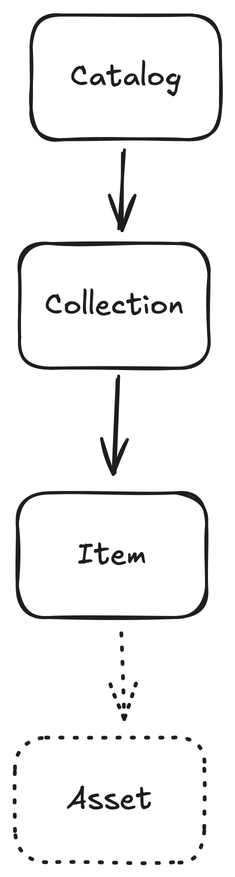
This is img/stac-entities.excalidraw.png from gadomski/presentations, a Excalidraw export, as it was before one commit. Source tidied: one line per element, renumbered; positions are measured from the earlier drawing's top-left corner, leaving out a move shared by most shapes. The source it was exported from:
```json
{"id": 0, "type": "rectangle", "strokeColor": "#1e1e1e", "strokeWidth": 2, "roughness": 1, "round": true, "x": 11, "y": 0, "width": 126, "height": 83}
{"id": 1, "type": "text", "text": "Catalog", "strokeColor": "#1e1e1e", "strokeWidth": 2, "roughness": 1, "fontSize": 20, "fontFamily": 5, "textAlign": "center", "verticalAlign": "middle", "inside": 0, "x": 36, "y": 29, "width": 75, "height": 25}
{"id": 2, "type": "rectangle", "strokeColor": "#1e1e1e", "strokeWidth": 2, "roughness": 1, "round": true, "x": 3, "y": 152, "width": 126, "height": 83}
{"id": 3, "type": "text", "text": "Collection", "strokeColor": "#1e1e1e", "strokeWidth": 2, "roughness": 1, "fontSize": 20, "fontFamily": 5, "textAlign": "center", "verticalAlign": "middle", "inside": 2, "x": 19, "y": 181, "width": 93, "height": 25}
{"id": 4, "type": "rectangle", "strokeColor": "#1e1e1e", "strokeWidth": 2, "roughness": 1, "round": true, "x": 2, "y": 319, "width": 126, "height": 83}
{"id": 5, "type": "text", "text": "Item", "strokeColor": "#1e1e1e", "strokeWidth": 2, "roughness": 1, "fontSize": 20, "fontFamily": 5, "textAlign": "center", "verticalAlign": "middle", "inside": 4, "x": 41, "y": 348, "width": 46, "height": 25}
{"id": 6, "type": "rectangle", "strokeColor": "#1e1e1e", "strokeWidth": 2, "strokeStyle": "dotted", "roughness": 1, "round": true, "x": 0, "y": 482, "width": 126, "height": 83}
{"id": 7, "type": "text", "text": "Asset", "strokeColor": "#1e1e1e", "strokeWidth": 2, "roughness": 1, "fontSize": 20, "fontFamily": 5, "textAlign": "center", "verticalAlign": "middle", "inside": 6, "x": 34, "y": 511, "width": 58, "height": 25}
{"id": 8, "type": "arrow", "strokeColor": "#1e1e1e", "strokeWidth": 2, "roughness": 1, "endArrowhead": "arrow", "round": true, "from": 0, "to": 2, "x": 73, "y": 91, "width": 3, "height": 52, "points": [[0, 0], [-3, 52]]}
{"id": 9, "type": "arrow", "strokeColor": "#1e1e1e", "strokeWidth": 2, "roughness": 1, "endArrowhead": "arrow", "round": true, "from": 2, "to": 4, "x": 68, "y": 242, "width": 1, "height": 65, "points": [[0, 0], [-1, 65]]}
{"id": 10, "type": "arrow", "strokeColor": "#1e1e1e", "strokeWidth": 2, "strokeStyle": "dotted", "roughness": 1, "endArrowhead": "arrow", "round": true, "from": 4, "to": 6, "x": 70, "y": 412, "width": 2, "height": 57, "points": [[0, 0], [2, 57]]}
```
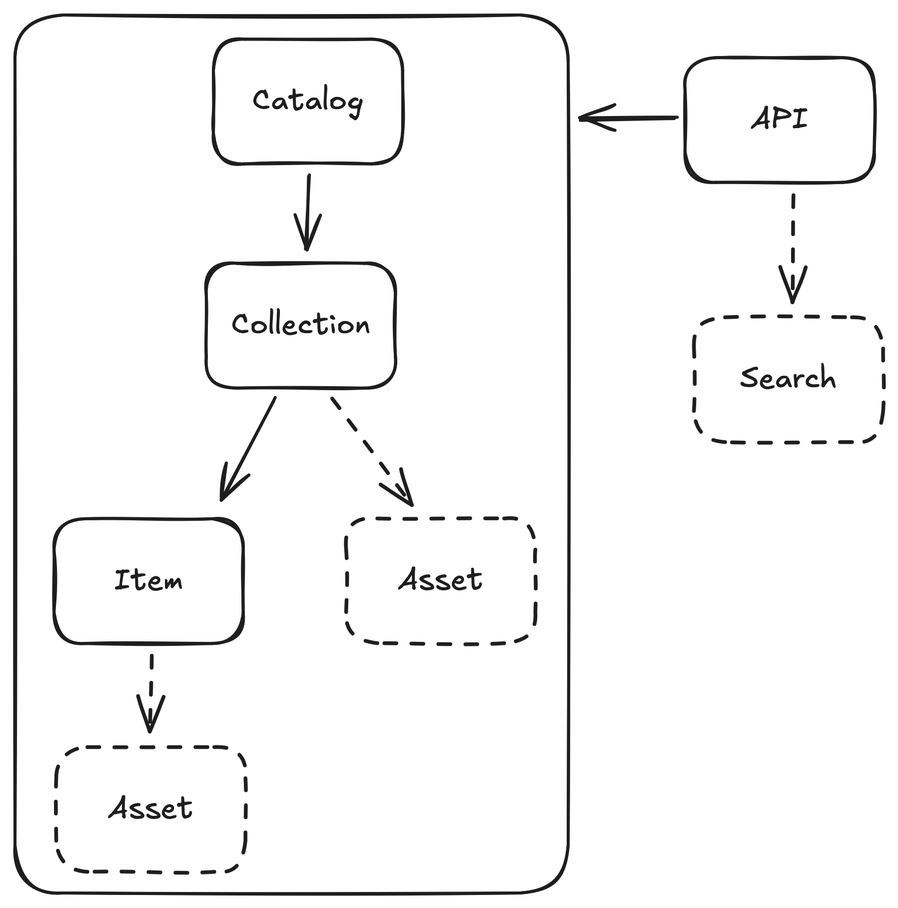
After the change.

Diff of the diagram source:
```diff
@@ -1,11 +1,21 @@
-{"id": 0, "type": "rectangle", "strokeColor": "#1e1e1e", "strokeWidth": 2, "roughness": 1, "round": true, "x": 11, "y": 0, "width": 126, "height": 83}
+{"id": 0, "type": "rectangle", "strokeColor": "#1e1e1e", "strokeWidth": 2, "roughness": 1, "round": true, "x": 0, "y": 4, "width": 126, "height": 83}
-{"id": 1, "type": "text", "text": "Catalog", "strokeColor": "#1e1e1e", "strokeWidth": 2, "roughness": 1, "fontSize": 20, "fontFamily": 5, "textAlign": "center", "verticalAlign": "middle", "inside": 0, "x": 36, "y": 29, "width": 75, "height": 25}
+{"id": 1, "type": "text", "text": "Catalog", "strokeColor": "#1e1e1e", "strokeWidth": 2, "roughness": 1, "fontSize": 20, "fontFamily": 5, "textAlign": "center", "verticalAlign": "middle", "inside": 0, "x": 25, "y": 33, "width": 75, "height": 25}
-{"id": 2, "type": "rectangle", "strokeColor": "#1e1e1e", "strokeWidth": 2, "roughness": 1, "round": true, "x": 3, "y": 152, "width": 126, "height": 83}
+{"id": 2, "type": "rectangle", "strokeColor": "#1e1e1e", "strokeWidth": 2, "roughness": 1, "round": true, "x": -5, "y": 153, "width": 126, "height": 83}
-{"id": 3, "type": "text", "text": "Collection", "strokeColor": "#1e1e1e", "strokeWidth": 2, "roughness": 1, "fontSize": 20, "fontFamily": 5, "textAlign": "center", "verticalAlign": "middle", "inside": 2, "x": 19, "y": 181, "width": 93, "height": 25}
+{"id": 3, "type": "text", "text": "Collection", "strokeColor": "#1e1e1e", "strokeWidth": 2, "roughness": 1, "fontSize": 20, "fontFamily": 5, "textAlign": "center", "verticalAlign": "middle", "inside": 2, "x": 11, "y": 182, "width": 94, "height": 25}
-{"id": 4, "type": "rectangle", "strokeColor": "#1e1e1e", "strokeWidth": 2, "roughness": 1, "round": true, "x": 2, "y": 319, "width": 126, "height": 83}
+{"id": 4, "type": "rectangle", "strokeColor": "#1e1e1e", "strokeWidth": 2, "roughness": 1, "round": true, "x": -106, "y": 324, "width": 126, "height": 83}
-{"id": 5, "type": "text", "text": "Item", "strokeColor": "#1e1e1e", "strokeWidth": 2, "roughness": 1, "fontSize": 20, "fontFamily": 5, "textAlign": "center", "verticalAlign": "middle", "inside": 4, "x": 41, "y": 348, "width": 46, "height": 25}
+{"id": 5, "type": "text", "text": "Item", "strokeColor": "#1e1e1e", "strokeWidth": 2, "roughness": 1, "fontSize": 20, "fontFamily": 5, "textAlign": "center", "verticalAlign": "middle", "inside": 4, "x": -67, "y": 353, "width": 46, "height": 25}
-{"id": 6, "type": "rectangle", "strokeColor": "#1e1e1e", "strokeWidth": 2, "strokeStyle": "dotted", "roughness": 1, "round": true, "x": 0, "y": 482, "width": 126, "height": 83}
+{"id": 6, "type": "rectangle", "strokeColor": "#1e1e1e", "strokeWidth": 2, "strokeStyle": "dashed", "roughness": 1, "round": true, "x": -105, "y": 476, "width": 126, "height": 83}
-{"id": 7, "type": "text", "text": "Asset", "strokeColor": "#1e1e1e", "strokeWidth": 2, "roughness": 1, "fontSize": 20, "fontFamily": 5, "textAlign": "center", "verticalAlign": "middle", "inside": 6, "x": 34, "y": 511, "width": 58, "height": 25}
+{"id": 7, "type": "text", "text": "Asset", "strokeColor": "#1e1e1e", "strokeWidth": 2, "roughness": 1, "fontSize": 20, "fontFamily": 5, "textAlign": "center", "verticalAlign": "middle", "inside": 6, "x": -71, "y": 505, "width": 58, "height": 25}
-{"id": 8, "type": "arrow", "strokeColor": "#1e1e1e", "strokeWidth": 2, "roughness": 1, "endArrowhead": "arrow", "round": true, "from": 0, "to": 2, "x": 73, "y": 91, "width": 3, "height": 52, "points": [[0, 0], [-3, 52]]}
+{"id": 8, "type": "arrow", "strokeColor": "#1e1e1e", "strokeWidth": 2, "roughness": 1, "endArrowhead": "arrow", "round": true, "from": 0, "to": 2, "x": 64, "y": 95, "width": 2, "height": 49, "points": [[0, 0], [-2, 49]]}
-{"id": 9, "type": "arrow", "strokeColor": "#1e1e1e", "strokeWidth": 2, "roughness": 1, "endArrowhead": "arrow", "round": true, "from": 2, "to": 4, "x": 68, "y": 242, "width": 1, "height": 65, "points": [[0, 0], [-1, 65]]}
+{"id": 9, "type": "arrow", "strokeColor": "#1e1e1e", "strokeWidth": 2, "roughness": 1, "endArrowhead": "arrow", "round": true, "from": 2, "to": 4, "x": 40, "y": 244, "width": 33, "height": 68, "points": [[0, 0], [-33, 68]]}
-{"id": 10, "type": "arrow", "strokeColor": "#1e1e1e", "strokeWidth": 2, "strokeStyle": "dotted", "roughness": 1, "endArrowhead": "arrow", "round": true, "from": 4, "to": 6, "x": 70, "y": 412, "width": 2, "height": 57, "points": [[0, 0], [2, 57]]}
+{"id": 10, "type": "arrow", "strokeColor": "#1e1e1e", "strokeWidth": 2, "strokeStyle": "dashed", "roughness": 1, "endArrowhead": "arrow", "round": true, "from": 4, "to": 6, "x": -42, "y": 415, "width": 1, "height": 50, "points": [[0, 0], [-1, 50]]}
+{"id": 11, "type": "rectangle", "strokeColor": "#1e1e1e", "strokeWidth": 2, "strokeStyle": "dashed", "roughness": 1, "round": true, "x": 88, "y": 323, "width": 126, "height": 83}
+{"id": 12, "type": "text", "text": "Asset", "strokeColor": "#1e1e1e", "strokeWidth": 2, "roughness": 1, "fontSize": 20, "fontFamily": 5, "textAlign": "center", "verticalAlign": "middle", "inside": 11, "x": 122, "y": 352, "width": 58, "height": 25}
+{"id": 13, "type": "arrow", "strokeColor": "#1e1e1e", "strokeWidth": 2, "strokeStyle": "dashed", "roughness": 1, "endArrowhead": "arrow", "round": true, "from": 2, "to": 11, "x": 79, "y": 244, "width": 54, "height": 70, "points": [[0, 0], [54, 70]]}
+{"id": 14, "type": "rectangle", "strokeColor": "#1e1e1e", "strokeWidth": 2, "roughness": 1, "round": true, "x": 314, "y": 16, "width": 126, "height": 83}
+{"id": 15, "type": "text", "text": "API", "strokeColor": "#1e1e1e", "strokeWidth": 2, "roughness": 1, "fontSize": 20, "fontFamily": 5, "textAlign": "center", "verticalAlign": "middle", "inside": 14, "x": 358, "y": 45, "width": 40, "height": 25}
+{"id": 16, "type": "rectangle", "strokeColor": "#1e1e1e", "strokeWidth": 2, "strokeStyle": "dashed", "roughness": 1, "round": true, "x": 320, "y": 189, "width": 126, "height": 83}
+{"id": 17, "type": "text", "text": "Search", "strokeColor": "#1e1e1e", "strokeWidth": 2, "roughness": 1, "fontSize": 20, "fontFamily": 5, "textAlign": "center", "verticalAlign": "middle", "inside": 16, "x": 351, "y": 218, "width": 65, "height": 25}
+{"id": 18, "type": "arrow", "strokeColor": "#1e1e1e", "strokeWidth": 2, "strokeStyle": "dashed", "roughness": 1, "endArrowhead": "arrow", "round": true, "from": 14, "to": 16, "x": 387, "y": 108, "width": 2, "height": 71, "points": [[0, 0], [-2, 71]]}
+{"id": 19, "type": "rectangle", "strokeColor": "#1e1e1e", "strokeWidth": 2, "roughness": 1, "round": true, "x": -133, "y": -12, "width": 369, "height": 585}
+{"id": 20, "type": "arrow", "strokeColor": "#1e1e1e", "strokeWidth": 2, "roughness": 1, "endArrowhead": "arrow", "round": true, "from": 14, "to": 19, "x": 307, "y": 57, "width": 64, "height": 1, "points": [[0, 0], [-64, 1]]}
```
